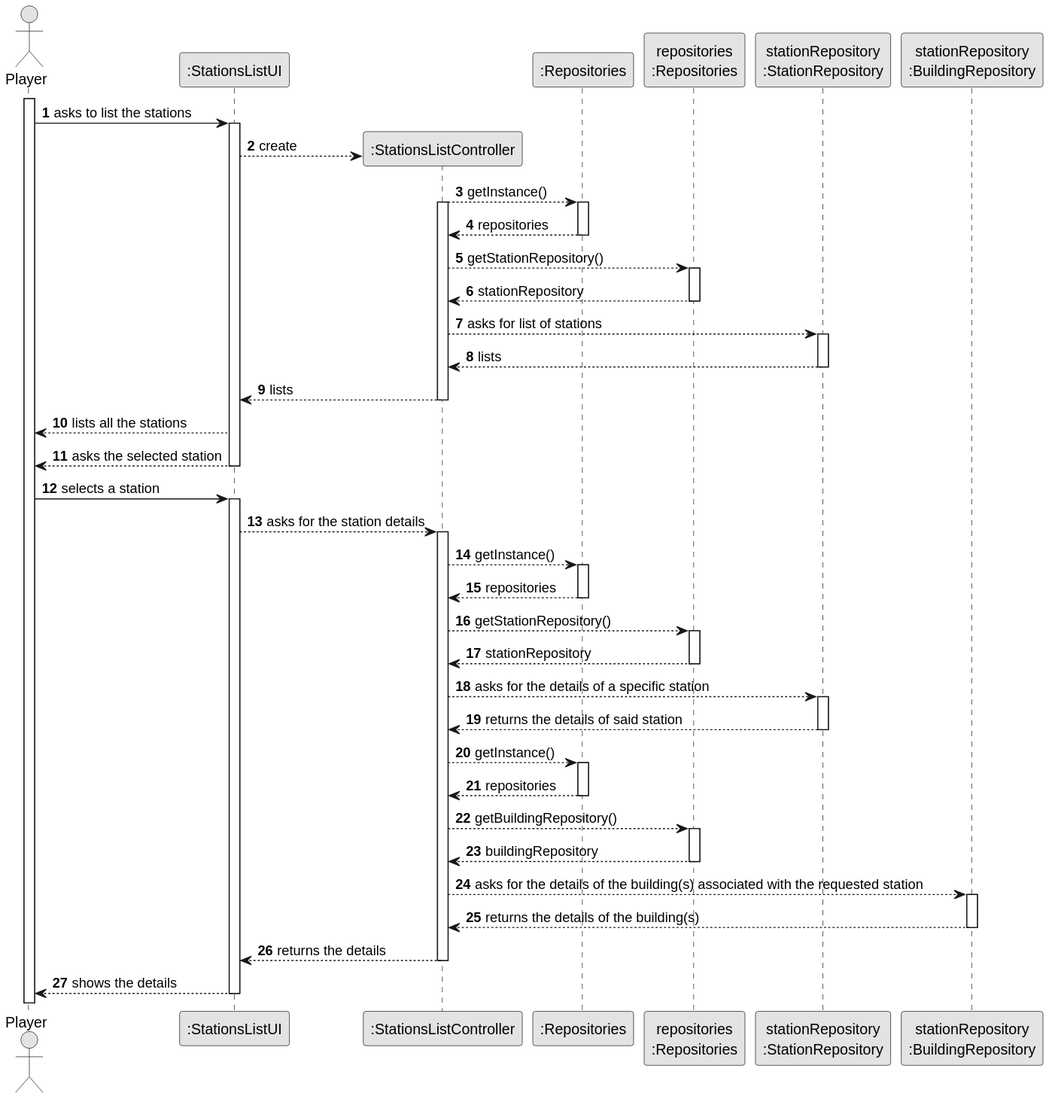
The PlantUML diagram docs/system-documentation/US007/03.design/svg/US007-SD.svg in goncalolopesp/sem2-pi-24.25-g093-repo, before a commit.
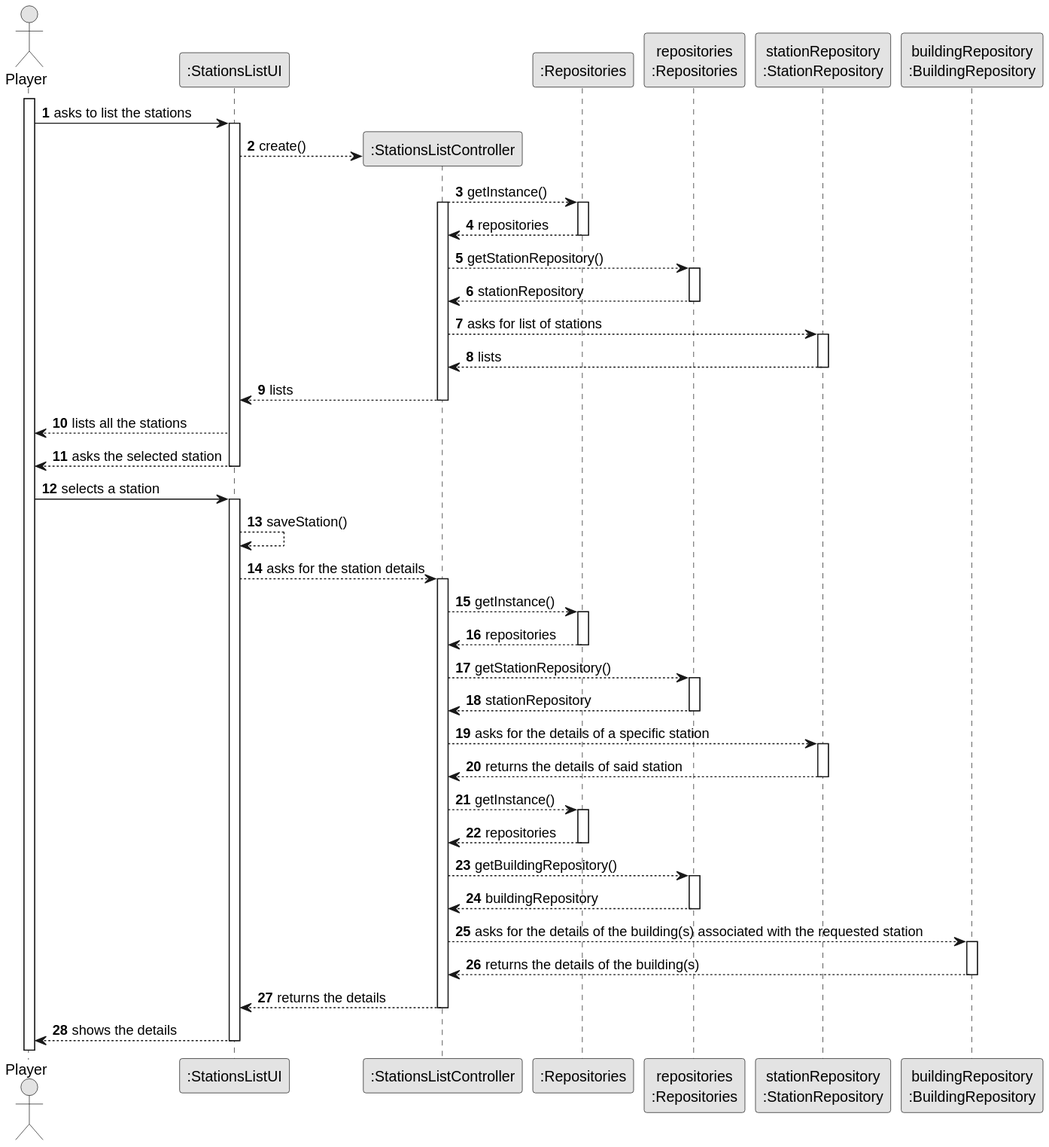
The same diagram one commit later.

What changed in the source:
```diff
@@ -15,14 +15,14 @@
 
 create ":StationsListController" as StationsListController
 
-StationsListUI --> StationsListController : create
+StationsListUI --> StationsListController : create()
 
 
 
 participant ":Repositories" as Repositories
 participant "repositories\n:Repositories" as Repo
 participant "stationRepository\n:StationRepository" as stationRepository
-participant "stationRepository\n:BuildingRepository" as buildingRepository
+participant "buildingRepository\n:BuildingRepository" as buildingRepository
 
 StationsListController --> Repositories : getInstance()
 activate StationsListController
@@ -53,6 +53,7 @@
 
 Employee -> StationsListUI : selects a station
 activate StationsListUI
+StationsListUI --> StationsListUI : saveStation()
 StationsListUI --> StationsListController : asks for the station details
 activate StationsListController
 StationsListController --> Repositories : getInstance()
```
